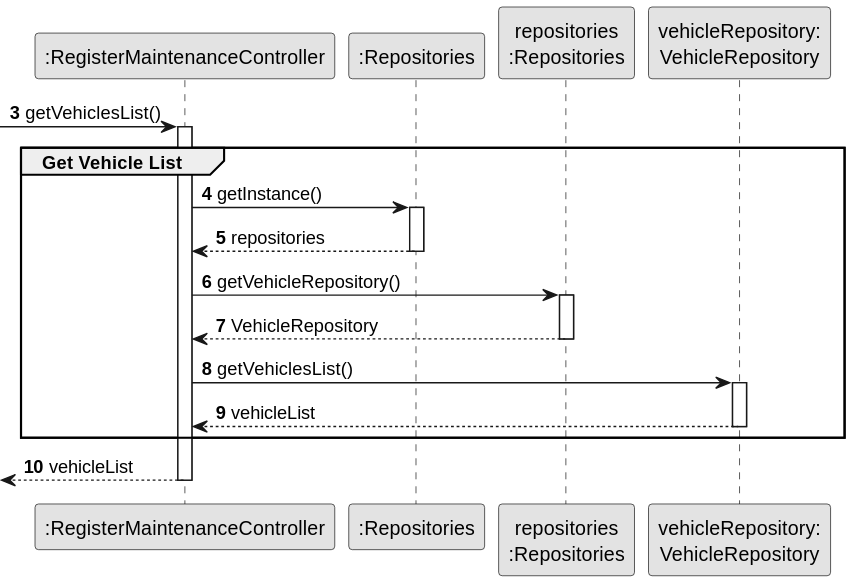
Above: docs/sprintB/us007/03.design/svg/us007-sequence-diagram-partial-get-list.svg in RicardoMorim/lapr2-ISEP-Project (PlantUML), before the change.
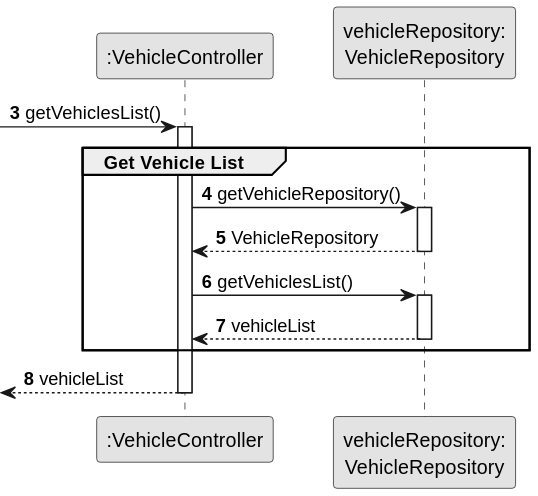
Later version of the same file.

Commit message:
updated the other partial sequence diagrams of the us007

Diff of the diagram source:
```diff
@@ -5,26 +5,19 @@
 
 autonumber 3
 
-participant ":RegisterMaintenanceController" as CTRL
-participant ":Repositories" as RepositorySingleton
-participant "repositories\n:Repositories" as PLAT
+participant ":VehicleController" as CTRL
 participant "vehicleRepository:\nVehicleRepository" as VehicleRepository
 
 
         -> CTRL : getVehiclesList()
         activate CTRL
             group Get Vehicle List
-            CTRL -> RepositorySingleton : getInstance()
-            activate RepositorySingleton
 
-                RepositorySingleton --> CTRL: repositories
-            deactivate RepositorySingleton
+            CTRL -> VehicleRepository : getVehicleRepository()
+            activate VehicleRepository
 
-            CTRL -> PLAT : getVehicleRepository()
-            activate PLAT
-
-                PLAT --> CTRL: VehicleRepository
-            deactivate PLAT
+                VehicleRepository --> CTRL: VehicleRepository
+            deactivate VehicleRepository
 
             CTRL -> VehicleRepository : getVehiclesList()
             activate VehicleRepository
```
